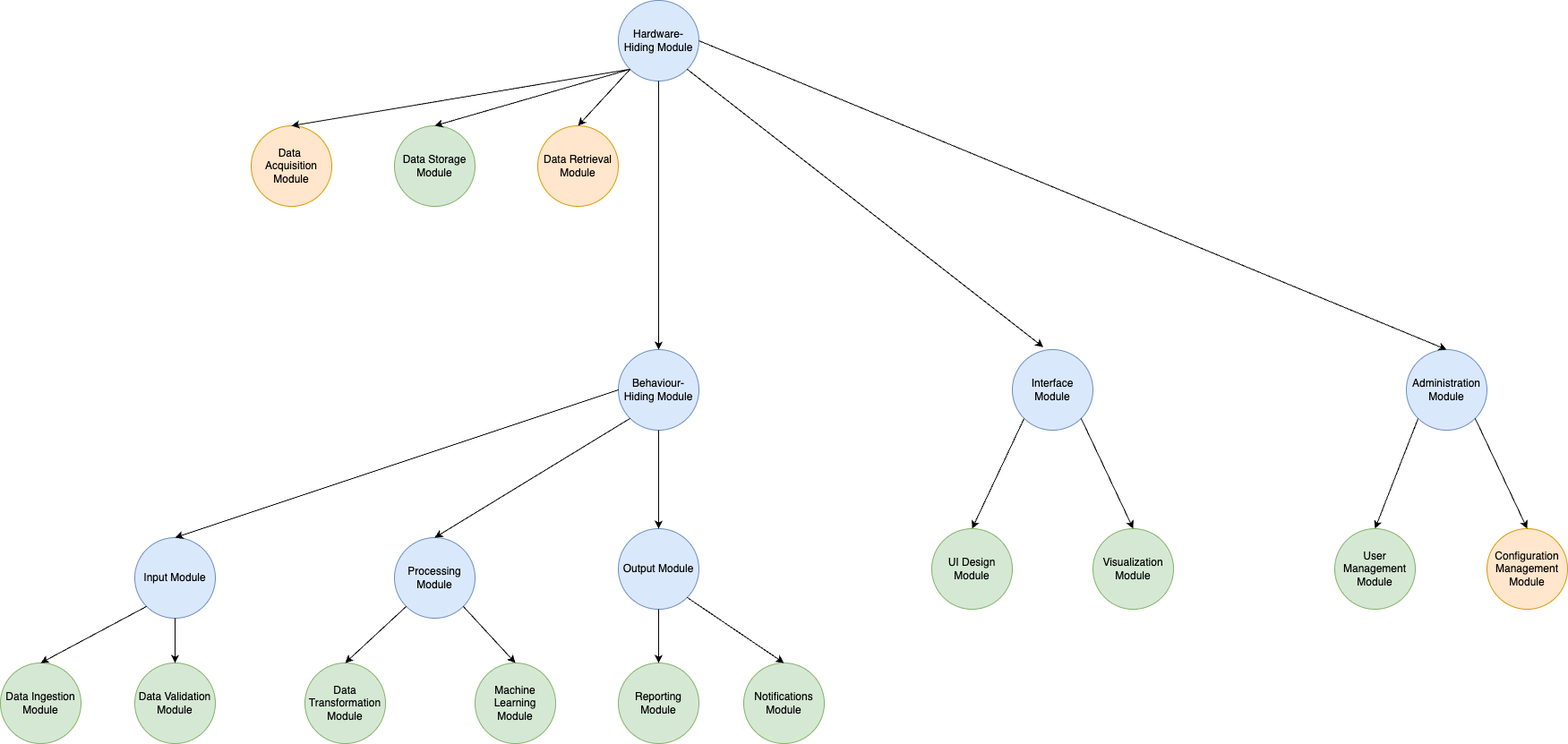
The draw.io diagram docs/Design/SoftArchitecture/Diagrams/DAG.png in SumanyaG/Alkalytics, before a commit. Source tidied: cells renumbered, new cells last; positions are measured from the earlier drawing's top-left corner, leaving out a move shared by most shapes. Its diagram source:
```xml
<mxGraphModel>
  <root>
    <mxCell id="0" />
    <mxCell id="1" parent="0" />
    <mxCell id="2" value="Hardware-Hiding Module" style="ellipse;whiteSpace=wrap;html=1;fillColor=#dae8fc;strokeColor=#6c8ebf;" parent="1" vertex="1">
      <mxGeometry x="690" width="90" height="90" as="geometry" />
    </mxCell>
    <mxCell id="3" value="Behaviour-Hiding Module" style="ellipse;whiteSpace=wrap;html=1;fillColor=#dae8fc;strokeColor=#6c8ebf;" parent="1" vertex="1">
      <mxGeometry x="690" y="390" width="90" height="90" as="geometry" />
    </mxCell>
    <mxCell id="4" value="Interface Module" style="ellipse;whiteSpace=wrap;html=1;fillColor=#dae8fc;strokeColor=#6c8ebf;" parent="1" vertex="1">
      <mxGeometry x="1130" y="390" width="90" height="90" as="geometry" />
    </mxCell>
    <mxCell id="5" value="Administration Module" style="ellipse;whiteSpace=wrap;html=1;fillColor=#dae8fc;strokeColor=#6c8ebf;" parent="1" vertex="1">
      <mxGeometry x="1570" y="390" width="90" height="90" as="geometry" />
    </mxCell>
    <mxCell id="6" value="Input Module" style="ellipse;whiteSpace=wrap;html=1;fillColor=#dae8fc;strokeColor=#6c8ebf;" parent="1" vertex="1">
      <mxGeometry x="150" y="600" width="90" height="90" as="geometry" />
    </mxCell>
    <mxCell id="7" value="Processing Module" style="ellipse;whiteSpace=wrap;html=1;fillColor=#dae8fc;strokeColor=#6c8ebf;" parent="1" vertex="1">
      <mxGeometry x="440" y="600" width="90" height="90" as="geometry" />
    </mxCell>
    <mxCell id="8" value="Output Module" style="ellipse;whiteSpace=wrap;html=1;fillColor=#dae8fc;strokeColor=#6c8ebf;" parent="1" vertex="1">
      <mxGeometry x="690" y="590" width="90" height="90" as="geometry" />
    </mxCell>
    <mxCell id="9" value="UI Design Module" style="ellipse;whiteSpace=wrap;html=1;fillColor=#d5e8d4;strokeColor=#82b366;" parent="1" vertex="1">
      <mxGeometry x="1040" y="590" width="90" height="90" as="geometry" />
    </mxCell>
    <mxCell id="10" value="Visualization Module" style="ellipse;whiteSpace=wrap;html=1;fillColor=#d5e8d4;strokeColor=#82b366;" parent="1" vertex="1">
      <mxGeometry x="1220" y="590" width="90" height="90" as="geometry" />
    </mxCell>
    <mxCell id="11" value="User Management Module" style="ellipse;whiteSpace=wrap;html=1;fillColor=#d5e8d4;strokeColor=#82b366;" parent="1" vertex="1">
      <mxGeometry x="1490" y="590" width="90" height="90" as="geometry" />
    </mxCell>
    <mxCell id="12" value="Configuration Management Module" style="ellipse;whiteSpace=wrap;html=1;fillColor=#ffe6cc;strokeColor=#d79b00;" parent="1" vertex="1">
      <mxGeometry x="1660" y="590" width="90" height="90" as="geometry" />
    </mxCell>
    <mxCell id="13" value="Data Ingestion Module" style="ellipse;whiteSpace=wrap;html=1;fillColor=#d5e8d4;strokeColor=#82b366;" parent="1" vertex="1">
      <mxGeometry y="740" width="90" height="90" as="geometry" />
    </mxCell>
    <mxCell id="14" value="Data Validation Module" style="ellipse;whiteSpace=wrap;html=1;fillColor=#d5e8d4;strokeColor=#82b366;" parent="1" vertex="1">
      <mxGeometry x="150" y="740" width="90" height="90" as="geometry" />
    </mxCell>
    <mxCell id="15" value="Data&amp;nbsp;&lt;div&gt;Acquisition Module&lt;/div&gt;" style="ellipse;whiteSpace=wrap;html=1;fillColor=#ffe6cc;strokeColor=#d79b00;" parent="1" vertex="1">
      <mxGeometry x="280" y="140" width="90" height="90" as="geometry" />
    </mxCell>
    <mxCell id="16" value="Data Storage Module" style="ellipse;whiteSpace=wrap;html=1;fillColor=#d5e8d4;strokeColor=#82b366;" parent="1" vertex="1">
      <mxGeometry x="440" y="140" width="90" height="90" as="geometry" />
    </mxCell>
    <mxCell id="17" value="Data Retrieval Module" style="ellipse;whiteSpace=wrap;html=1;fillColor=#ffe6cc;strokeColor=#d79b00;" parent="1" vertex="1">
      <mxGeometry x="600" y="140" width="90" height="90" as="geometry" />
    </mxCell>
    <mxCell id="18" value="Data Transformation Module" style="ellipse;whiteSpace=wrap;html=1;fillColor=#d5e8d4;strokeColor=#82b366;" parent="1" vertex="1">
      <mxGeometry x="340" y="740" width="90" height="90" as="geometry" />
    </mxCell>
    <mxCell id="19" value="Machine Learning Module" style="ellipse;whiteSpace=wrap;html=1;fillColor=#d5e8d4;strokeColor=#82b366;" parent="1" vertex="1">
      <mxGeometry x="530" y="740" width="90" height="90" as="geometry" />
    </mxCell>
    <mxCell id="20" value="Reporting Module" style="ellipse;whiteSpace=wrap;html=1;fillColor=#d5e8d4;strokeColor=#82b366;" parent="1" vertex="1">
      <mxGeometry x="690" y="740" width="90" height="90" as="geometry" />
    </mxCell>
    <mxCell id="21" value="Notifications Module" style="ellipse;whiteSpace=wrap;html=1;fillColor=#d5e8d4;strokeColor=#82b366;" parent="1" vertex="1">
      <mxGeometry x="830" y="740" width="90" height="90" as="geometry" />
    </mxCell>
    <mxCell id="22" style="endArrow=classic;html=1;rounded=0;exitX=0;exitY=1;exitDx=0;exitDy=0;entryX=0.5;entryY=0;entryDx=0;entryDy=0;" parent="1" edge="1" source="2" target="15">
      <mxGeometry relative="1" as="geometry" />
    </mxCell>
    <mxCell id="23" style="endArrow=classic;html=1;rounded=0;exitX=0;exitY=1;exitDx=0;exitDy=0;entryX=0.5;entryY=0;entryDx=0;entryDy=0;" parent="1" edge="1" source="2" target="16">
      <mxGeometry relative="1" as="geometry" />
    </mxCell>
    <mxCell id="24" style="endArrow=classic;html=1;rounded=0;exitX=0;exitY=1;exitDx=0;exitDy=0;entryX=0.5;entryY=0;entryDx=0;entryDy=0;" parent="1" edge="1" source="2" target="17">
      <mxGeometry relative="1" as="geometry" />
    </mxCell>
    <mxCell id="25" style="endArrow=classic;html=1;rounded=0;exitX=0.5;exitY=1;exitDx=0;exitDy=0;entryX=0.5;entryY=0;entryDx=0;entryDy=0;" parent="1" edge="1" source="2" target="3">
      <mxGeometry relative="1" as="geometry" />
    </mxCell>
    <mxCell id="26" style="endArrow=classic;html=1;rounded=0;exitX=1;exitY=1;exitDx=0;exitDy=0;entryX=0.384;entryY=-0.031;entryDx=0;entryDy=0;entryPerimeter=0;" parent="1" edge="1" source="2" target="4">
      <mxGeometry relative="1" as="geometry" />
    </mxCell>
    <mxCell id="27" style="endArrow=classic;html=1;rounded=0;exitX=1;exitY=0.5;exitDx=0;exitDy=0;entryX=0.5;entryY=0;entryDx=0;entryDy=0;" parent="1" edge="1" source="2" target="5">
      <mxGeometry relative="1" as="geometry" />
    </mxCell>
    <mxCell id="28" style="endArrow=classic;html=1;rounded=0;exitX=0.5;exitY=1;exitDx=0;exitDy=0;entryX=0.5;entryY=0;entryDx=0;entryDy=0;" parent="1" edge="1" source="3" target="8">
      <mxGeometry relative="1" as="geometry" />
    </mxCell>
    <mxCell id="29" style="endArrow=classic;html=1;rounded=0;exitX=0;exitY=1;exitDx=0;exitDy=0;entryX=0.5;entryY=0;entryDx=0;entryDy=0;" parent="1" edge="1" source="3" target="7">
      <mxGeometry relative="1" as="geometry" />
    </mxCell>
    <mxCell id="30" style="endArrow=classic;html=1;rounded=0;exitX=0;exitY=0.5;exitDx=0;exitDy=0;entryX=0.5;entryY=0;entryDx=0;entryDy=0;" parent="1" edge="1" source="3" target="6">
      <mxGeometry relative="1" as="geometry" />
    </mxCell>
    <mxCell id="31" style="endArrow=classic;html=1;rounded=0;exitX=0;exitY=1;exitDx=0;exitDy=0;entryX=0.5;entryY=0;entryDx=0;entryDy=0;" parent="1" edge="1" source="6" target="13">
      <mxGeometry relative="1" as="geometry" />
    </mxCell>
    <mxCell id="32" style="endArrow=classic;html=1;rounded=0;exitX=0;exitY=1;exitDx=0;exitDy=0;entryX=0.5;entryY=0;entryDx=0;entryDy=0;" parent="1" edge="1" source="7" target="18">
      <mxGeometry relative="1" as="geometry" />
    </mxCell>
    <mxCell id="33" style="endArrow=classic;html=1;rounded=0;exitX=0.5;exitY=1;exitDx=0;exitDy=0;entryX=0.5;entryY=0;entryDx=0;entryDy=0;" parent="1" edge="1" source="6" target="14">
      <mxGeometry relative="1" as="geometry" />
    </mxCell>
    <mxCell id="34" style="endArrow=classic;html=1;rounded=0;exitX=1;exitY=1;exitDx=0;exitDy=0;entryX=0.5;entryY=0;entryDx=0;entryDy=0;" parent="1" edge="1" source="7" target="19">
      <mxGeometry relative="1" as="geometry" />
    </mxCell>
    <mxCell id="35" style="endArrow=classic;html=1;rounded=0;exitX=0.5;exitY=1;exitDx=0;exitDy=0;entryX=0.5;entryY=0;entryDx=0;entryDy=0;" parent="1" edge="1" source="8" target="20">
      <mxGeometry relative="1" as="geometry" />
    </mxCell>
    <mxCell id="36" style="endArrow=classic;html=1;rounded=0;exitX=1;exitY=1;exitDx=0;exitDy=0;entryX=0.5;entryY=0;entryDx=0;entryDy=0;" parent="1" edge="1" source="8" target="21">
      <mxGeometry relative="1" as="geometry" />
    </mxCell>
    <mxCell id="37" style="endArrow=classic;html=1;rounded=0;exitX=0;exitY=1;exitDx=0;exitDy=0;entryX=0.5;entryY=0;entryDx=0;entryDy=0;" parent="1" edge="1" source="4" target="9">
      <mxGeometry relative="1" as="geometry" />
    </mxCell>
    <mxCell id="38" style="endArrow=classic;html=1;rounded=0;exitX=1;exitY=1;exitDx=0;exitDy=0;entryX=0.5;entryY=0;entryDx=0;entryDy=0;" parent="1" edge="1" source="4" target="10">
      <mxGeometry relative="1" as="geometry" />
    </mxCell>
    <mxCell id="39" style="endArrow=classic;html=1;rounded=0;exitX=0;exitY=1;exitDx=0;exitDy=0;entryX=0.5;entryY=0;entryDx=0;entryDy=0;" parent="1" edge="1" source="5" target="11">
      <mxGeometry relative="1" as="geometry" />
    </mxCell>
    <mxCell id="40" style="endArrow=classic;html=1;rounded=0;exitX=1;exitY=1;exitDx=0;exitDy=0;entryX=0.5;entryY=0;entryDx=0;entryDy=0;" parent="1" edge="1" source="5" target="12">
      <mxGeometry relative="1" as="geometry" />
    </mxCell>
  </root>
</mxGraphModel>
```
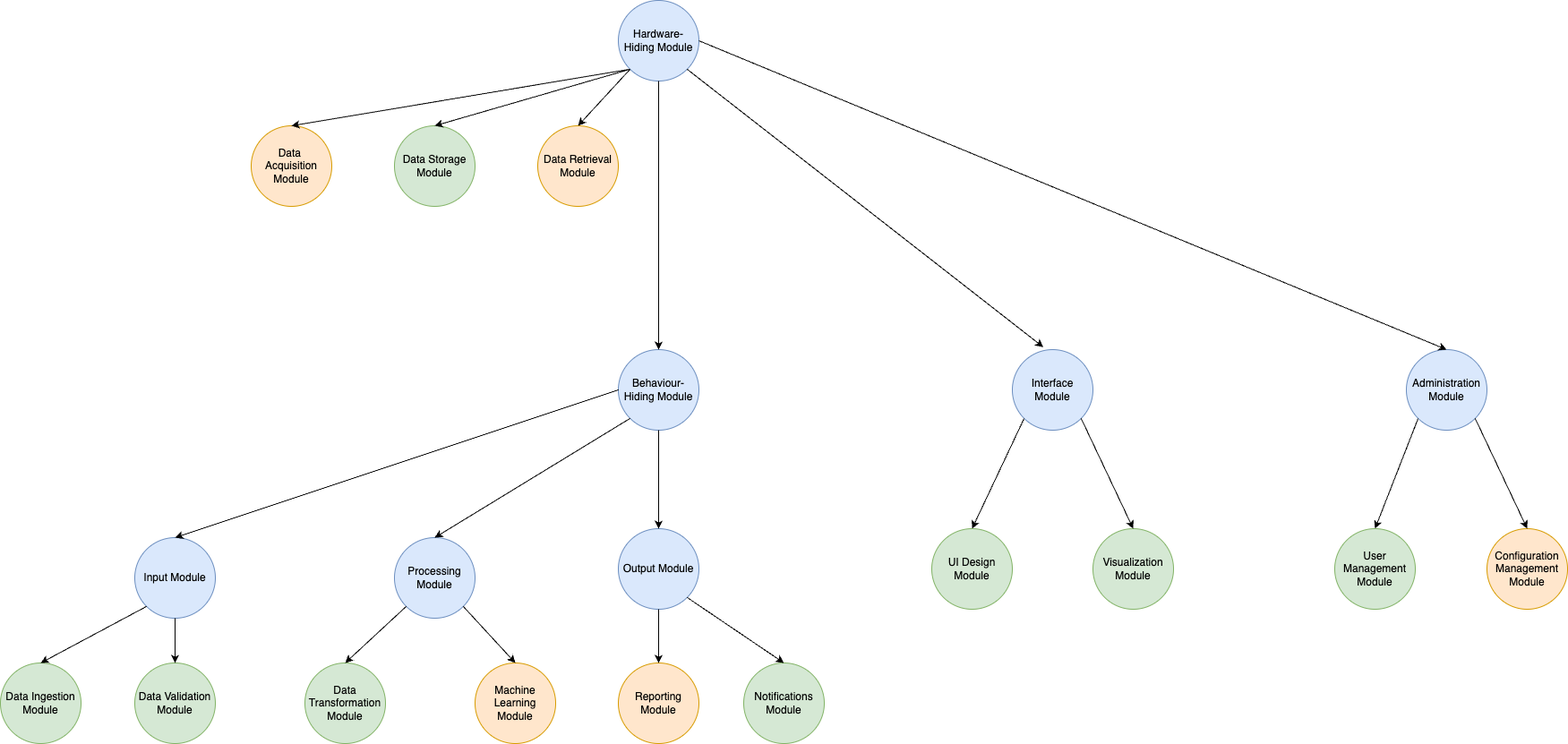
The same diagram one commit later.

The edit, as a diff of the source:
```diff
@@ -53,10 +53,10 @@
     <mxCell id="18" value="Data Transformation Module" style="ellipse;whiteSpace=wrap;html=1;fillColor=#d5e8d4;strokeColor=#82b366;" parent="1" vertex="1">
       <mxGeometry x="340" y="740" width="90" height="90" as="geometry" />
     </mxCell>
-    <mxCell id="19" value="Machine Learning Module" style="ellipse;whiteSpace=wrap;html=1;fillColor=#d5e8d4;strokeColor=#82b366;" parent="1" vertex="1">
+    <mxCell id="19" value="Machine Learning Module" style="ellipse;whiteSpace=wrap;html=1;fillColor=#ffe6cc;strokeColor=#d79b00;" parent="1" vertex="1">
       <mxGeometry x="530" y="740" width="90" height="90" as="geometry" />
     </mxCell>
-    <mxCell id="20" value="Reporting Module" style="ellipse;whiteSpace=wrap;html=1;fillColor=#d5e8d4;strokeColor=#82b366;" parent="1" vertex="1">
+    <mxCell id="20" value="Reporting Module" style="ellipse;whiteSpace=wrap;html=1;fillColor=#ffe6cc;strokeColor=#d79b00;" parent="1" vertex="1">
       <mxGeometry x="690" y="740" width="90" height="90" as="geometry" />
     </mxCell>
     <mxCell id="21" value="Notifications Module" style="ellipse;whiteSpace=wrap;html=1;fillColor=#d5e8d4;strokeColor=#82b366;" parent="1" vertex="1">
```
